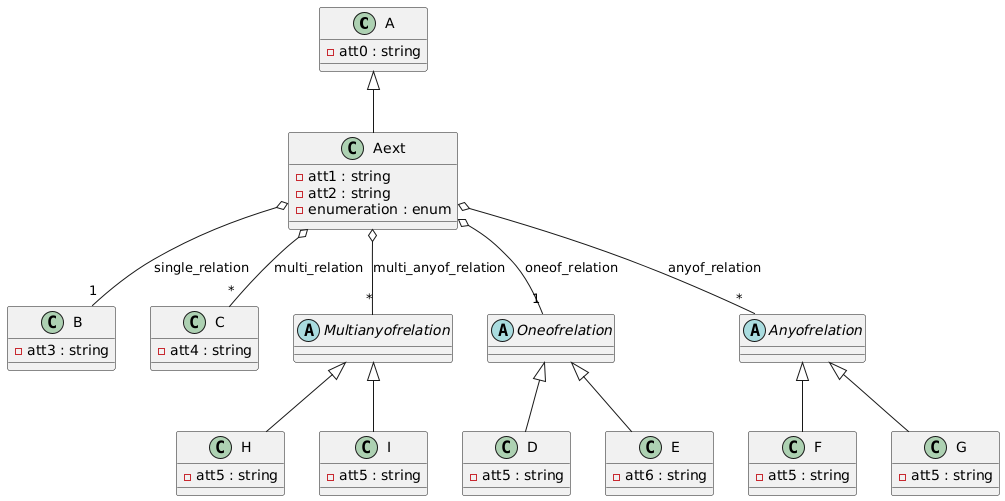
This is diagram.png from avzdk/openapi2uml, a PlantUML export, as it was before one commit.
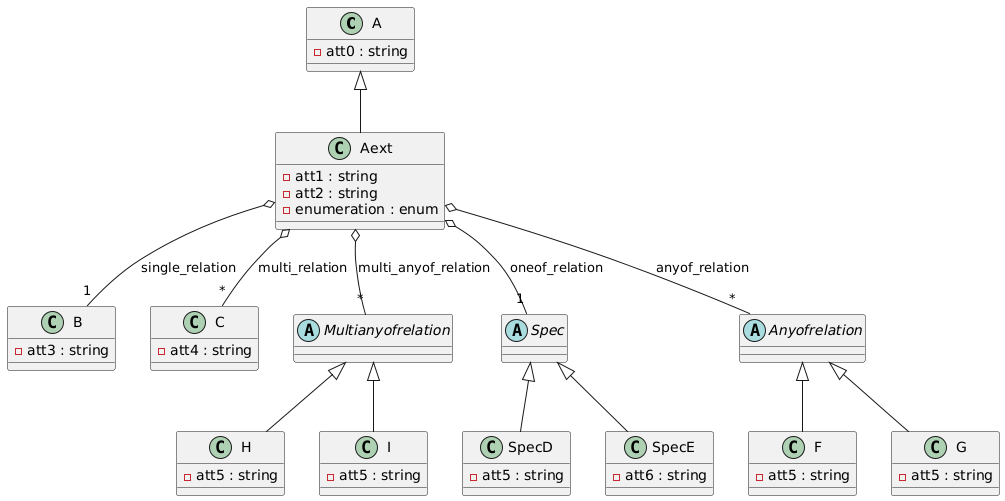
The same diagram one commit later.

The edit, as a diff of the source:
```diff
@@ -13,12 +13,6 @@
 class C {
     -att4 : string
 }
-class D {
-    -att5 : string
-}
-class E {
-    -att6 : string
-}
 class F {
     -att5 : string
 }
@@ -31,9 +25,15 @@
 class I {
     -att5 : string
 }
+class SpecD {
+    -att5 : string
+}
+class SpecE {
+    -att6 : string
+}
 abstract class Multianyofrelation {
 }
-abstract class Oneofrelation {
+abstract class Spec {
 }
 abstract class Anyofrelation {
 }
@@ -42,9 +42,9 @@
 Multianyofrelation <|-- H
 Aext o-- "1" B : single_relation
 Aext o-- "*" C : multi_relation
-Aext o-- "1" Oneofrelation : oneof_relation
-Oneofrelation <|-- D
-Oneofrelation <|-- E
+Aext o-- "1" Spec : oneof_relation
+Spec <|-- SpecD
+Spec <|-- SpecE
 Aext o-- "*" Anyofrelation : anyof_relation
 Anyofrelation <|-- F
 Anyofrelation <|-- G
```
